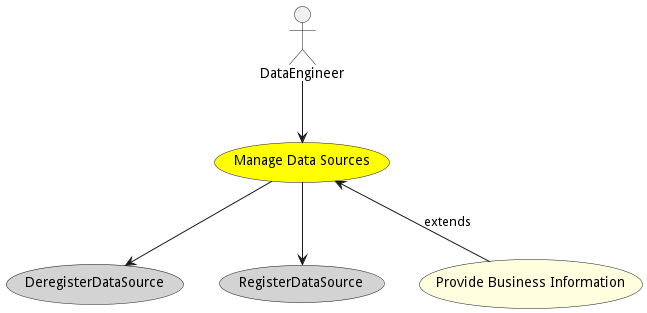
This is docs/edgemere/diml/dml/usecases/ManageDataSources/Activities.png from madajaju/edgemere, a PlantUML export, as it was before one commit.
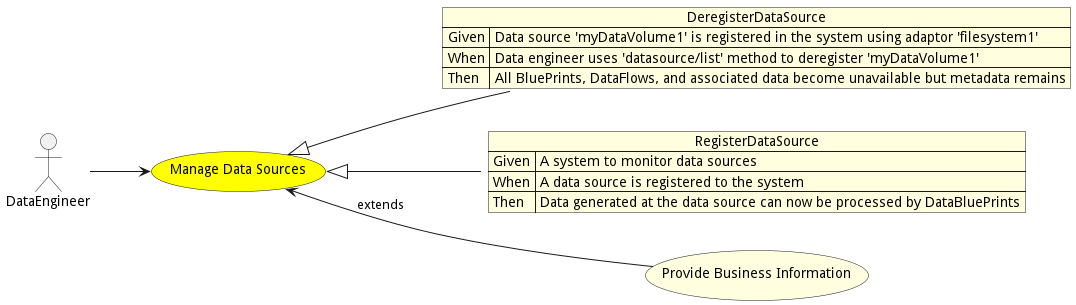
After the commit.

Diff of the diagram source:
```diff
@@ -1,5 +1,7 @@
 @startuml
 
+
+left to right direction
 
 usecase "Manage Data Sources" as ManageDataSources #yellow
 
@@ -9,13 +11,21 @@
 
 
 
-usecase "DeregisterDataSource" as DeregisterDataSource #lightgrey
+json DeregisterDataSource #lightyellow {
+    "Given": "Data source &#39;myDataVolume1&#39; is registered in the system using adaptor &#39;filesystem1&#39;",
+    "When": "Data engineer uses &#39;datasource/list&#39; method to deregister &#39;myDataVolume1&#39;",
+    "Then": "All BluePrints, DataFlows, and associated data become unavailable but metadata remains"
+}
 
-ManageDataSources --> DeregisterDataSource
+ManageDataSources <|-- DeregisterDataSource
 
-usecase "RegisterDataSource" as RegisterDataSource #lightgrey
+json RegisterDataSource #lightyellow {
+    "Given": "A system to monitor data sources",
+    "When": "A data source is registered to the system",
+    "Then": "Data generated at the data source can now be processed by DataBluePrints"
+}
 
-ManageDataSources --> RegisterDataSource
+ManageDataSources <|-- RegisterDataSource
 
 
 
```
